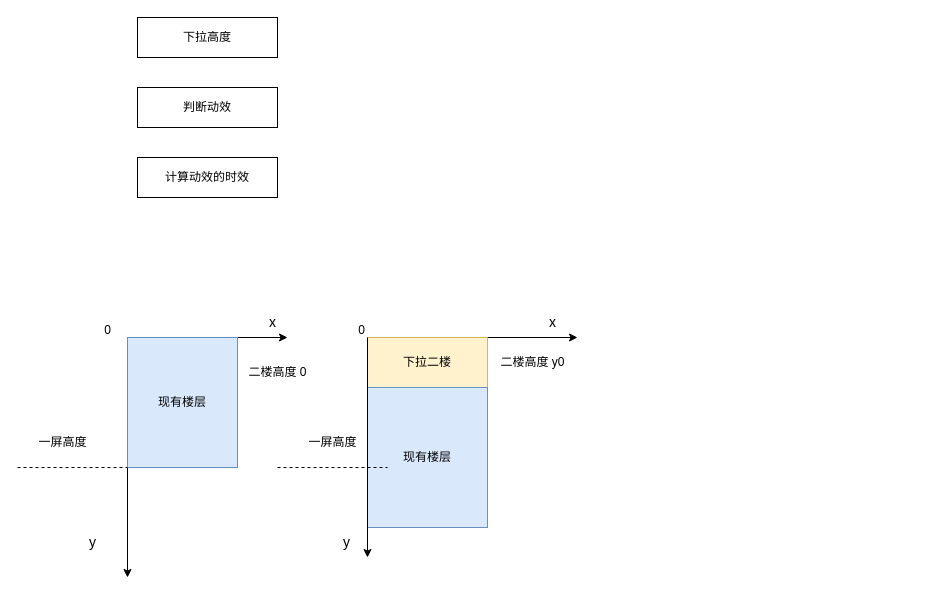
Before: Untitled Diagram.drawio in changweijie/draw, a draw.io diagram. Source tidied: cells renumbered, new cells numbered last; positions are measured from the earlier drawing's top-left corner, leaving out a move shared by most shapes. Both pictures are drawn from the tidied source at 100%, with x=0, y=0 at pixel (17, 17).
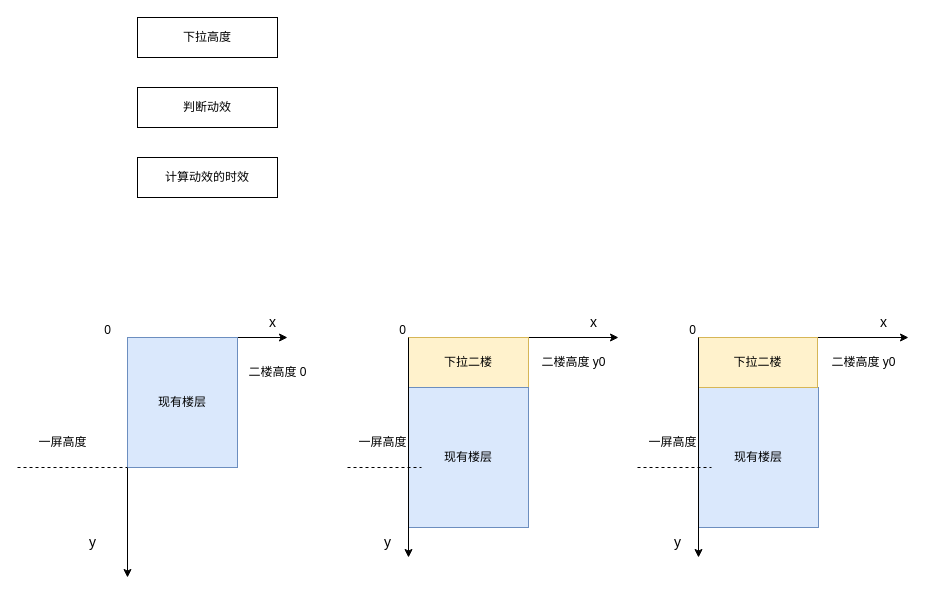
The same diagram, later.

Change to the diagram source:
```diff
@@
     <mxCell id="10" style="endArrow=classic;html=1;rounded=0;" parent="1" edge="1">
       <mxGeometry relative="1" as="geometry">
-        <mxPoint x="350" y="320" as="sourcePoint" />
-        <mxPoint x="560" y="320" as="targetPoint" />
+        <mxPoint x="391" y="320" as="sourcePoint" />
+        <mxPoint x="601" y="320" as="targetPoint" />
       </mxGeometry>
     </mxCell>
@@
     <mxCell id="12" value="&lt;font style=&quot;font-size: 14px;&quot;&gt;x&lt;/font&gt;" style="text;html=1;align=center;verticalAlign=middle;strokeColor=none;fillColor=none;" parent="1" vertex="1">
-      <mxGeometry x="520" y="290" width="30" height="30" as="geometry" />
+      <mxGeometry x="561" y="290" width="30" height="30" as="geometry" />
     </mxCell>
     <mxCell id="13" value="&lt;font style=&quot;font-size: 14px;&quot;&gt;y&lt;/font&gt;" style="text;html=1;align=center;verticalAlign=middle;strokeColor=none;fillColor=none;" parent="1" vertex="1">
-      <mxGeometry x="314" y="510" width="30" height="30" as="geometry" />
+      <mxGeometry x="355" y="510" width="30" height="30" as="geometry" />
     </mxCell>
     <mxCell id="14" value="二楼高度 y0" style="text;html=1;align=center;verticalAlign=middle;strokeColor=none;fillColor=none;" parent="1" vertex="1">
-      <mxGeometry x="470" y="330" width="90" height="30" as="geometry" />
+      <mxGeometry x="511" y="330" width="90" height="30" as="geometry" />
     </mxCell>
     <mxCell id="15" value="下拉二楼" style="rounded=0;whiteSpace=wrap;html=1;fillColor=#fff2cc;strokeColor=#d6b656;" parent="1" vertex="1">
-      <mxGeometry x="350" y="320" width="120" height="50" as="geometry" />
+      <mxGeometry x="391" y="320" width="120" height="50" as="geometry" />
     </mxCell>
     <mxCell id="16" value="现有楼层" style="rounded=0;whiteSpace=wrap;html=1;fillColor=#dae8fc;strokeColor=#6c8ebf;" parent="1" vertex="1">
-      <mxGeometry x="350" y="370" width="120" height="140" as="geometry" />
+      <mxGeometry x="391" y="370" width="120" height="140" as="geometry" />
     </mxCell>
@@
     <mxCell id="19" style="endArrow=classic;html=1;rounded=0;" parent="1" edge="1">
       <mxGeometry relative="1" as="geometry">
-        <mxPoint x="350" y="320" as="sourcePoint" />
-        <mxPoint x="350" y="540" as="targetPoint" />
+        <mxPoint x="391" y="320" as="sourcePoint" />
+        <mxPoint x="391" y="540" as="targetPoint" />
       </mxGeometry>
     </mxCell>
     <mxCell id="20" value="一屏高度" style="text;html=1;align=center;verticalAlign=middle;strokeColor=none;fillColor=none;" parent="1" vertex="1">
-      <mxGeometry x="280" y="410" width="70" height="30" as="geometry" />
+      <mxGeometry x="330" y="410" width="70" height="30" as="geometry" />
     </mxCell>
     <mxCell id="21" style="endArrow=none;dashed=1;html=1;rounded=0;" parent="1" edge="1">
       <mxGeometry relative="1" as="geometry">
-        <mxPoint x="260" y="450" as="sourcePoint" />
-        <mxPoint x="370" y="450" as="targetPoint" />
+        <mxPoint x="330" y="450" as="sourcePoint" />
+        <mxPoint x="404" y="450" as="targetPoint" />
       </mxGeometry>
     </mxCell>
@@
     <mxCell id="23" value="0" style="text;html=1;align=center;verticalAlign=middle;strokeColor=none;fillColor=none;" parent="1" vertex="1">
-      <mxGeometry x="329" y="298" width="30" height="30" as="geometry" />
+      <mxGeometry x="370" y="298" width="30" height="30" as="geometry" />
     </mxCell>
+    <mxCell id="24" style="endArrow=classic;html=1;rounded=0;" parent="1" edge="1">
+      <mxGeometry relative="1" as="geometry">
+        <mxPoint x="681" y="320" as="sourcePoint" />
+        <mxPoint x="891" y="320" as="targetPoint" />
+      </mxGeometry>
+    </mxCell>
+    <mxCell id="25" value="&lt;font style=&quot;font-size: 14px;&quot;&gt;x&lt;/font&gt;" style="text;html=1;align=center;verticalAlign=middle;strokeColor=none;fillColor=none;" parent="1" vertex="1">
+      <mxGeometry x="851" y="290" width="30" height="30" as="geometry" />
+    </mxCell>
+    <mxCell id="26" value="&lt;font style=&quot;font-size: 14px;&quot;&gt;y&lt;/font&gt;" style="text;html=1;align=center;verticalAlign=middle;strokeColor=none;fillColor=none;" parent="1" vertex="1">
+      <mxGeometry x="645" y="510" width="30" height="30" as="geometry" />
+    </mxCell>
+    <mxCell id="27" value="二楼高度 y0" style="text;html=1;align=center;verticalAlign=middle;strokeColor=none;fillColor=none;" parent="1" vertex="1">
+      <mxGeometry x="801" y="330" width="90" height="30" as="geometry" />
+    </mxCell>
+    <mxCell id="28" value="现有楼层" style="rounded=0;whiteSpace=wrap;html=1;fillColor=#dae8fc;strokeColor=#6c8ebf;" parent="1" vertex="1">
+      <mxGeometry x="681" y="370" width="120" height="140" as="geometry" />
+    </mxCell>
+    <mxCell id="29" value="下拉二楼" style="rounded=0;whiteSpace=wrap;html=1;fillColor=#fff2cc;strokeColor=#d6b656;" parent="1" vertex="1">
+      <mxGeometry x="681" y="320" width="119" height="50" as="geometry" />
+    </mxCell>
+    <mxCell id="30" style="endArrow=classic;html=1;rounded=0;" parent="1" edge="1">
+      <mxGeometry relative="1" as="geometry">
+        <mxPoint x="681" y="320" as="sourcePoint" />
+        <mxPoint x="681" y="540" as="targetPoint" />
+      </mxGeometry>
+    </mxCell>
+    <mxCell id="31" value="一屏高度" style="text;html=1;align=center;verticalAlign=middle;strokeColor=none;fillColor=none;" parent="1" vertex="1">
+      <mxGeometry x="620" y="410" width="70" height="30" as="geometry" />
+    </mxCell>
+    <mxCell id="32" style="endArrow=none;dashed=1;html=1;rounded=0;" parent="1" edge="1">
+      <mxGeometry relative="1" as="geometry">
+        <mxPoint x="620" y="450" as="sourcePoint" />
+        <mxPoint x="694" y="450" as="targetPoint" />
+      </mxGeometry>
+    </mxCell>
+    <mxCell id="33" value="0" style="text;html=1;align=center;verticalAlign=middle;strokeColor=none;fillColor=none;" parent="1" vertex="1">
+      <mxGeometry x="660" y="298" width="30" height="30" as="geometry" />
+    </mxCell>
```
